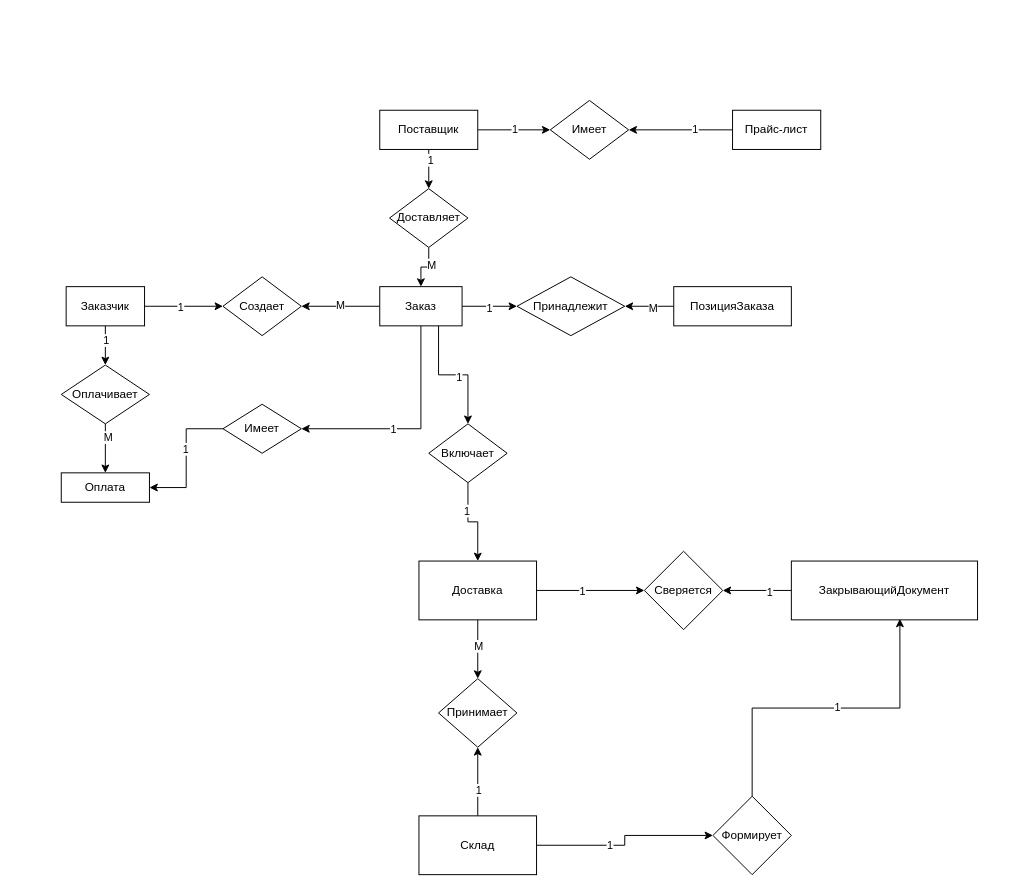
The draw.io diagram Концептуальная.drawio in Dasha-Angel/course-paper, before the edit. Source tidied: cells renumbered, new cells numbered last; positions are measured from the earlier drawing's top-left corner, leaving out a move shared by most shapes. Both pictures are drawn from the tidied source at 98%, with x=0, y=0 at pixel (61, 100).
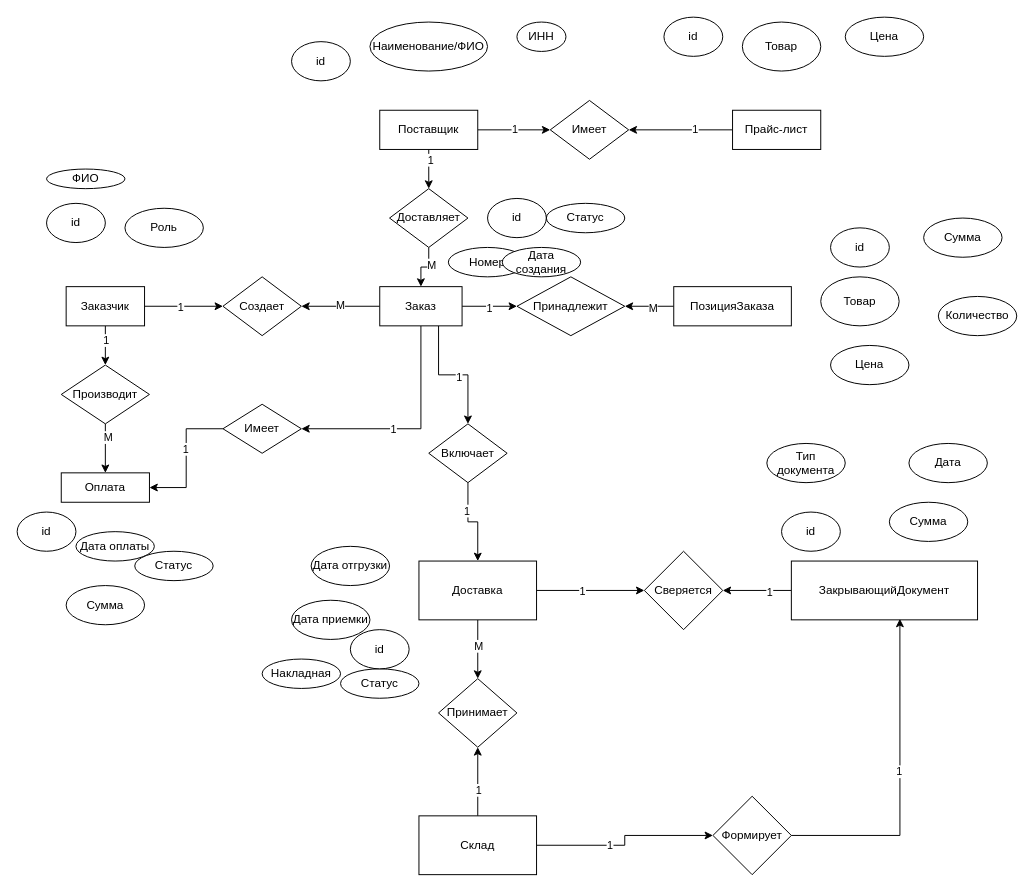
After the change.

Unchanged cells that the change refers to:
```xml
<mxCell id="35" value="ЗакрывающийДокумент" style="whiteSpace=wrap;html=1;" parent="1" vertex="1">
  <mxGeometry x="745" y="470" width="190" height="60" as="geometry" />
</mxCell>
<mxCell id="58" value="Формирует" style="rhombus;whiteSpace=wrap;html=1;" parent="1" vertex="1">
  <mxGeometry x="665" y="710" width="80" height="80" as="geometry" />
</mxCell>
```

Diff of the diagram source:
```diff
@@
-    <mxCell id="40" value="Оплачивает" style="rhombus;whiteSpace=wrap;html=1;" parent="1" vertex="1">
+    <mxCell id="40" value="Производит" style="rhombus;whiteSpace=wrap;html=1;" parent="1" vertex="1">
       <mxGeometry y="270" width="90" height="60" as="geometry" />
     </mxCell>
@@
     <mxCell id="59" style="edgeStyle=orthogonalEdgeStyle;rounded=0;jettySize=auto;html=1;entryX=0.583;entryY=0.983;entryDx=0;entryDy=0;entryPerimeter=0;" parent="1" edge="1" source="58" target="35">
-      <mxGeometry relative="1" as="geometry" />
+      <mxGeometry relative="1" as="geometry">
+        <Array as="points">
+          <mxPoint x="856" y="750" />
+        </Array>
+      </mxGeometry>
     </mxCell>
@@
+    <mxCell id="61" value="id" style="ellipse;whiteSpace=wrap;html=1;" parent="1" vertex="1">
+      <mxGeometry x="235" y="-60" width="60" height="40" as="geometry" />
+    </mxCell>
+    <mxCell id="62" value="Наименование/ФИО" style="ellipse;whiteSpace=wrap;html=1;" parent="1" vertex="1">
+      <mxGeometry x="315" y="-80" width="120" height="50" as="geometry" />
+    </mxCell>
+    <mxCell id="63" value="ИНН" style="ellipse;whiteSpace=wrap;html=1;" parent="1" vertex="1">
+      <mxGeometry x="465" y="-80" width="50" height="30" as="geometry" />
+    </mxCell>
+    <mxCell id="64" value="id" style="ellipse;whiteSpace=wrap;html=1;" parent="1" vertex="1">
+      <mxGeometry x="615" y="-85" width="60" height="40" as="geometry" />
+    </mxCell>
+    <mxCell id="65" value="Товар" style="ellipse;whiteSpace=wrap;html=1;" parent="1" vertex="1">
+      <mxGeometry x="695" y="-80" width="80" height="50" as="geometry" />
+    </mxCell>
+    <mxCell id="66" value="Цена" style="ellipse;whiteSpace=wrap;html=1;" parent="1" vertex="1">
+      <mxGeometry x="800" y="-85" width="80" height="40" as="geometry" />
+    </mxCell>
+    <mxCell id="67" value="id" style="ellipse;whiteSpace=wrap;html=1;" parent="1" vertex="1">
+      <mxGeometry x="785" y="130" width="60" height="40" as="geometry" />
+    </mxCell>
+    <mxCell id="68" value="Товар" style="ellipse;whiteSpace=wrap;html=1;" parent="1" vertex="1">
+      <mxGeometry x="775" y="180" width="80" height="50" as="geometry" />
+    </mxCell>
+    <mxCell id="69" value="Цена" style="ellipse;whiteSpace=wrap;html=1;" parent="1" vertex="1">
+      <mxGeometry x="785" y="250" width="80" height="40" as="geometry" />
+    </mxCell>
+    <mxCell id="70" value="Сумма" style="ellipse;whiteSpace=wrap;html=1;" parent="1" vertex="1">
+      <mxGeometry x="880" y="120" width="80" height="40" as="geometry" />
+    </mxCell>
+    <mxCell id="71" value="Количество" style="ellipse;whiteSpace=wrap;html=1;" parent="1" vertex="1">
+      <mxGeometry x="895" y="200" width="80" height="40" as="geometry" />
+    </mxCell>
+    <mxCell id="72" value="id" style="ellipse;whiteSpace=wrap;html=1;" parent="1" vertex="1">
+      <mxGeometry x="435" y="100" width="60" height="40" as="geometry" />
+    </mxCell>
+    <mxCell id="73" value="Номер" style="ellipse;whiteSpace=wrap;html=1;" parent="1" vertex="1">
+      <mxGeometry x="395" y="150" width="80" height="30" as="geometry" />
+    </mxCell>
+    <mxCell id="74" value="Дата создания" style="ellipse;whiteSpace=wrap;html=1;" parent="1" vertex="1">
+      <mxGeometry x="450" y="150" width="80" height="30" as="geometry" />
+    </mxCell>
+    <mxCell id="75" value="Статус" style="ellipse;whiteSpace=wrap;html=1;" parent="1" vertex="1">
+      <mxGeometry x="495" y="105" width="80" height="30" as="geometry" />
+    </mxCell>
+    <mxCell id="76" value="id" style="ellipse;whiteSpace=wrap;html=1;" parent="1" vertex="1">
+      <mxGeometry x="-15" y="105" width="60" height="40" as="geometry" />
+    </mxCell>
+    <mxCell id="77" value="ФИО" style="ellipse;whiteSpace=wrap;html=1;" parent="1" vertex="1">
+      <mxGeometry x="-15" y="70" width="80" height="20" as="geometry" />
+    </mxCell>
+    <mxCell id="78" value="Роль" style="ellipse;whiteSpace=wrap;html=1;" parent="1" vertex="1">
+      <mxGeometry x="65" y="110" width="80" height="40" as="geometry" />
+    </mxCell>
+    <mxCell id="79" value="id" style="ellipse;whiteSpace=wrap;html=1;" parent="1" vertex="1">
+      <mxGeometry x="-45" y="420" width="60" height="40" as="geometry" />
+    </mxCell>
+    <mxCell id="80" value="Дата оплаты" style="ellipse;whiteSpace=wrap;html=1;" parent="1" vertex="1">
+      <mxGeometry x="15" y="440" width="80" height="30" as="geometry" />
+    </mxCell>
+    <mxCell id="81" value="Сумма" style="ellipse;whiteSpace=wrap;html=1;" parent="1" vertex="1">
+      <mxGeometry x="5" y="495" width="80" height="40" as="geometry" />
+    </mxCell>
+    <mxCell id="82" value="Статус" style="ellipse;whiteSpace=wrap;html=1;" parent="1" vertex="1">
+      <mxGeometry x="75" y="460" width="80" height="30" as="geometry" />
+    </mxCell>
+    <mxCell id="83" value="Статус" style="ellipse;whiteSpace=wrap;html=1;" parent="1" vertex="1">
+      <mxGeometry x="285" y="580" width="80" height="30" as="geometry" />
+    </mxCell>
+    <mxCell id="84" value="id" style="ellipse;whiteSpace=wrap;html=1;" parent="1" vertex="1">
+      <mxGeometry x="295" y="540" width="60" height="40" as="geometry" />
+    </mxCell>
+    <mxCell id="85" value="Дата отгрузки" style="ellipse;whiteSpace=wrap;html=1;" parent="1" vertex="1">
+      <mxGeometry x="255" y="455" width="80" height="40" as="geometry" />
+    </mxCell>
+    <mxCell id="86" value="Дата приемки" style="ellipse;whiteSpace=wrap;html=1;" parent="1" vertex="1">
+      <mxGeometry x="235" y="510" width="80" height="40" as="geometry" />
+    </mxCell>
+    <mxCell id="87" value="Накладная" style="ellipse;whiteSpace=wrap;html=1;" parent="1" vertex="1">
+      <mxGeometry x="205" y="570" width="80" height="30" as="geometry" />
+    </mxCell>
+    <mxCell id="88" value="id" style="ellipse;whiteSpace=wrap;html=1;" parent="1" vertex="1">
+      <mxGeometry x="735" y="420" width="60" height="40" as="geometry" />
+    </mxCell>
+    <mxCell id="89" value="Тип документа" style="ellipse;whiteSpace=wrap;html=1;" parent="1" vertex="1">
+      <mxGeometry x="720" y="350" width="80" height="40" as="geometry" />
+    </mxCell>
+    <mxCell id="90" value="Дата" style="ellipse;whiteSpace=wrap;html=1;" parent="1" vertex="1">
+      <mxGeometry x="865" y="350" width="80" height="40" as="geometry" />
+    </mxCell>
+    <mxCell id="91" value="Сумма" style="ellipse;whiteSpace=wrap;html=1;" parent="1" vertex="1">
+      <mxGeometry x="845" y="410" width="80" height="40" as="geometry" />
+    </mxCell>
```
